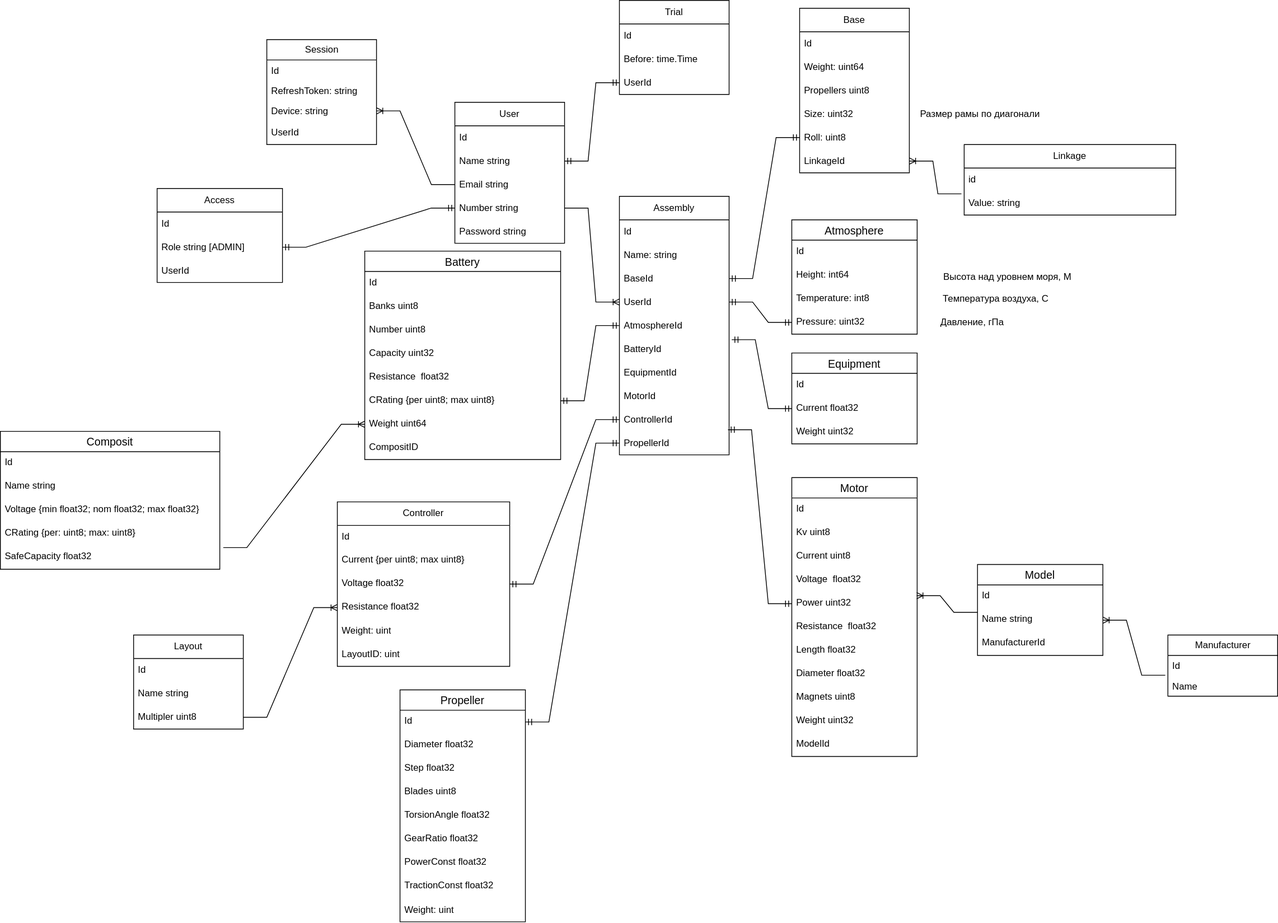
The draw.io diagram DBDiagramm.svg in YuraLk/UAV_Calc, before a commit. Source tidied: cells renumbered, new cells last; positions are measured from the earlier drawing's top-left corner, leaving out a move shared by most shapes.
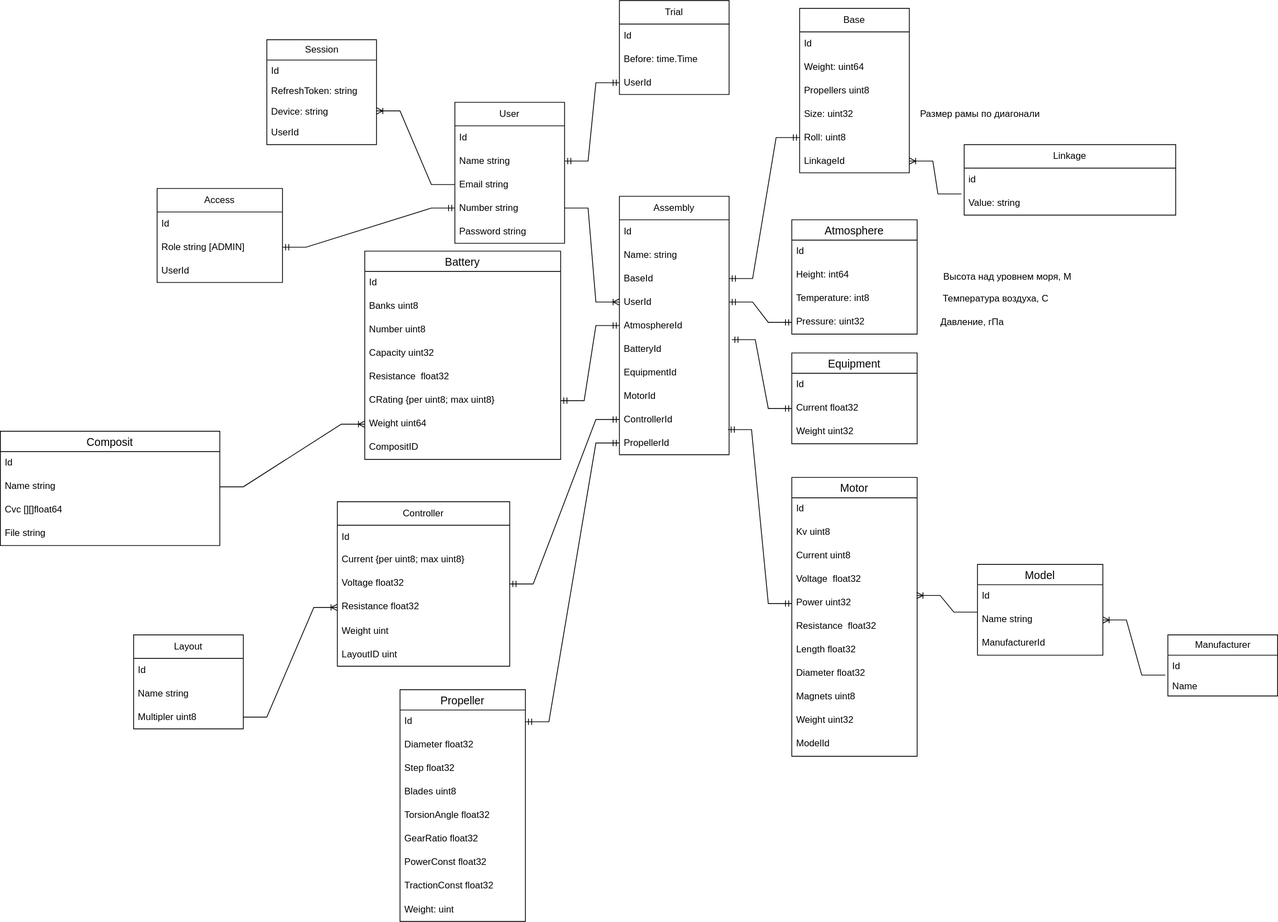
After the change.

Change to the diagram source:
```diff
@@ -173,7 +173,7 @@
       <mxGeometry y="236" width="250" height="30" as="geometry" />
     </mxCell>
     <mxCell id="56" value="Composit" style="swimlane;fontStyle=0;horizontal=1;startSize=26;align=center;fontSize=14;" parent="1" vertex="1">
-      <mxGeometry y="550" width="280" height="176" as="geometry" />
+      <mxGeometry y="550" width="280" height="146" as="geometry" />
     </mxCell>
     <mxCell id="57" value="Id" style="text;strokeColor=none;fillColor=none;spacingLeft=4;spacingRight=4;overflow=hidden;fontSize=12;whiteSpace=wrap;html=1;" parent="56" vertex="1">
       <mxGeometry y="26" width="280" height="30" as="geometry" />
@@ -181,16 +181,13 @@
     <mxCell id="58" value="Name string" style="text;strokeColor=none;fillColor=none;spacingLeft=4;spacingRight=4;overflow=hidden;points=[[0,0.5],[1,0.5]];portConstraint=eastwest;fontSize=12;whiteSpace=wrap;html=1;" parent="56" vertex="1">
       <mxGeometry y="56" width="280" height="30" as="geometry" />
     </mxCell>
-    <mxCell id="59" value="Voltage {min float32; nom float32; max float32}" style="text;strokeColor=none;fillColor=none;spacingLeft=4;spacingRight=4;overflow=hidden;fontSize=12;whiteSpace=wrap;html=1;" parent="56" vertex="1">
-      <mxGeometry y="86" width="280" height="30" as="geometry" />
-    </mxCell>
-    <mxCell id="60" value="CRating {per: uint8; max: uint8}" style="text;strokeColor=none;fillColor=none;spacingLeft=4;spacingRight=4;overflow=hidden;fontSize=12;whiteSpace=wrap;html=1;" parent="56" vertex="1">
-      <mxGeometry y="116" width="280" height="30" as="geometry" />
-    </mxCell>
-    <mxCell id="61" value="SafeCapacity float32" style="text;strokeColor=none;fillColor=none;spacingLeft=4;spacingRight=4;overflow=hidden;points=[[0,0.5],[1,0.5]];portConstraint=eastwest;fontSize=12;whiteSpace=wrap;html=1;" parent="56" vertex="1">
-      <mxGeometry y="146" width="280" height="30" as="geometry" />
-    </mxCell>
+    <mxCell id="126" value="Cvc [][]float64" style="text;strokeColor=none;fillColor=none;spacingLeft=4;spacingRight=4;overflow=hidden;fontSize=12;whiteSpace=wrap;html=1;" parent="56" vertex="1">
+      <mxGeometry y="86" width="280" height="30" as="geometry" />
+    </mxCell>
+    <mxCell id="127" value="File string" style="text;strokeColor=none;fillColor=none;spacingLeft=4;spacingRight=4;overflow=hidden;fontSize=12;whiteSpace=wrap;html=1;" parent="56" vertex="1">
+      <mxGeometry y="116" width="280" height="30" as="geometry" />
+    </mxCell>
-    <mxCell id="62" style="edgeStyle=entityRelationEdgeStyle;fontSize=12;html=1;endArrow=ERoneToMany;rounded=0;exitX=1.016;exitY=0.082;exitDx=0;exitDy=0;exitPerimeter=0;entryX=0;entryY=0.5;entryDx=0;entryDy=0;" parent="1" edge="1" source="61" target="54">
+    <mxCell id="62" style="edgeStyle=entityRelationEdgeStyle;fontSize=12;html=1;endArrow=ERoneToMany;rounded=0;exitX=1;exitY=0.5;exitDx=0;exitDy=0;entryX=0;entryY=0.5;entryDx=0;entryDy=0;" parent="1" edge="1" source="58" target="54">
       <mxGeometry relative="1" as="geometry" />
     </mxCell>
     <mxCell id="63" style="edgeStyle=entityRelationEdgeStyle;fontSize=12;html=1;endArrow=ERmandOne;startArrow=ERmandOne;rounded=0;exitX=1;exitY=0.5;exitDx=0;exitDy=0;entryX=0;entryY=0.5;entryDx=0;entryDy=0;" parent="1" edge="1" source="53" target="28">
@@ -359,10 +356,10 @@
     <mxCell id="116" value="Resistance&amp;nbsp;float32" style="text;strokeColor=none;fillColor=none;spacingLeft=4;spacingRight=4;overflow=hidden;points=[[0,0.5],[1,0.5]];portConstraint=eastwest;fontSize=12;whiteSpace=wrap;html=1;" parent="112" vertex="1">
       <mxGeometry y="120" width="220" height="30" as="geometry" />
     </mxCell>
-    <mxCell id="117" value="Weight: uint" style="text;strokeColor=none;fillColor=none;align=left;verticalAlign=middle;spacingLeft=4;spacingRight=4;overflow=hidden;whiteSpace=wrap;html=1;" parent="112" vertex="1">
+    <mxCell id="117" value="Weight uint" style="text;strokeColor=none;fillColor=none;align=left;verticalAlign=middle;spacingLeft=4;spacingRight=4;overflow=hidden;whiteSpace=wrap;html=1;" parent="112" vertex="1">
       <mxGeometry y="150" width="220" height="30" as="geometry" />
     </mxCell>
-    <mxCell id="118" value="LayoutID: uint" style="text;strokeColor=none;fillColor=none;align=left;verticalAlign=middle;spacingLeft=4;spacingRight=4;overflow=hidden;whiteSpace=wrap;html=1;" parent="112" vertex="1">
+    <mxCell id="118" value="LayoutID uint" style="text;strokeColor=none;fillColor=none;align=left;verticalAlign=middle;spacingLeft=4;spacingRight=4;overflow=hidden;whiteSpace=wrap;html=1;" parent="112" vertex="1">
       <mxGeometry y="180" width="220" height="30" as="geometry" />
     </mxCell>
     <mxCell id="119" style="edgeStyle=entityRelationEdgeStyle;fontSize=12;html=1;endArrow=ERmandOne;startArrow=ERmandOne;rounded=0;exitX=1;exitY=0.5;exitDx=0;exitDy=0;entryX=0;entryY=0.5;entryDx=0;entryDy=0;" parent="1" edge="1" source="115" target="32">
```
